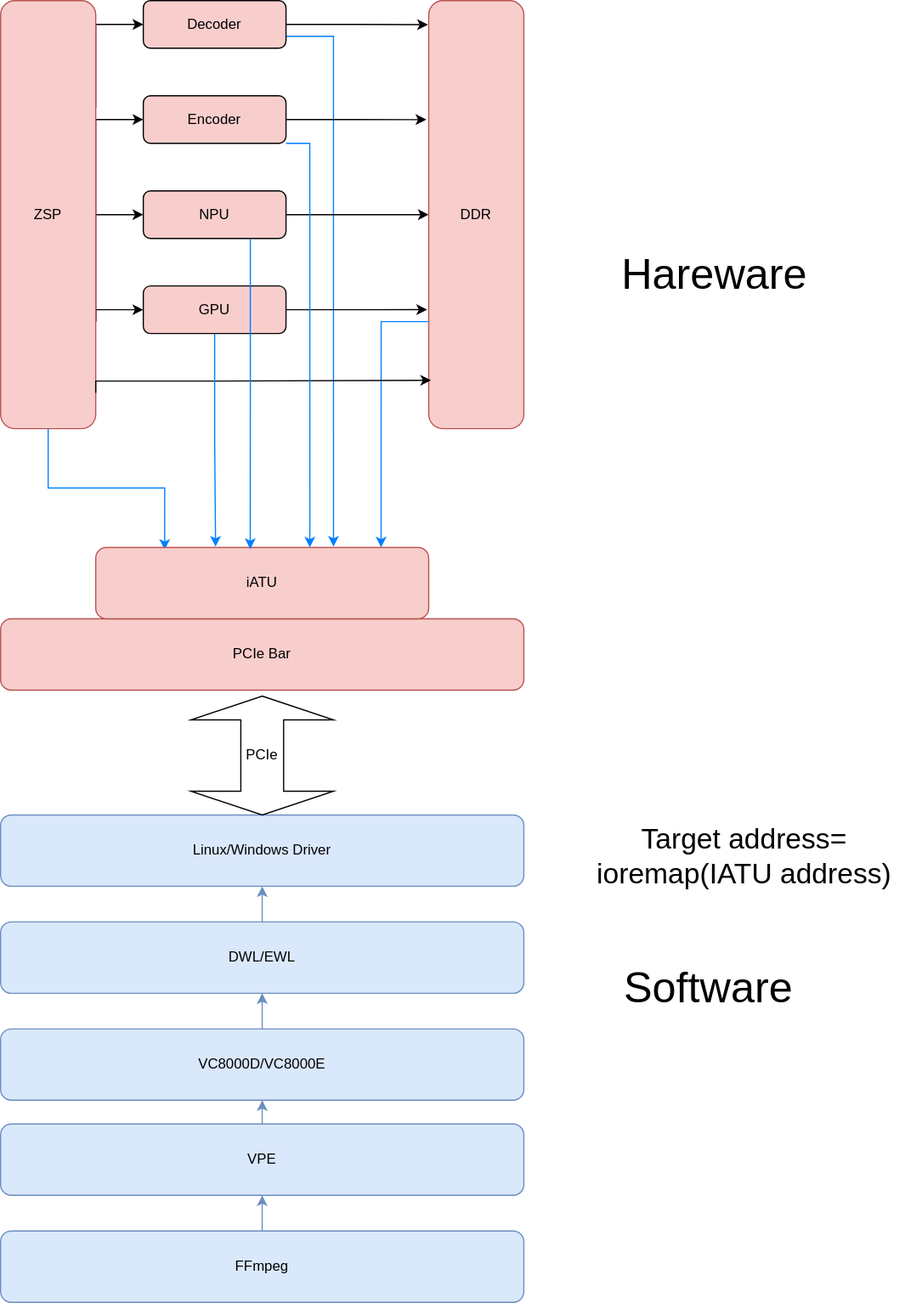
Earlier version of the draw.io export supernova_hw.drawio.svg (GYZHANG2019/temp). Source tidied: cells renumbered, new cells last; positions are measured from the earlier drawing's top-left corner, leaving out a move shared by most shapes.
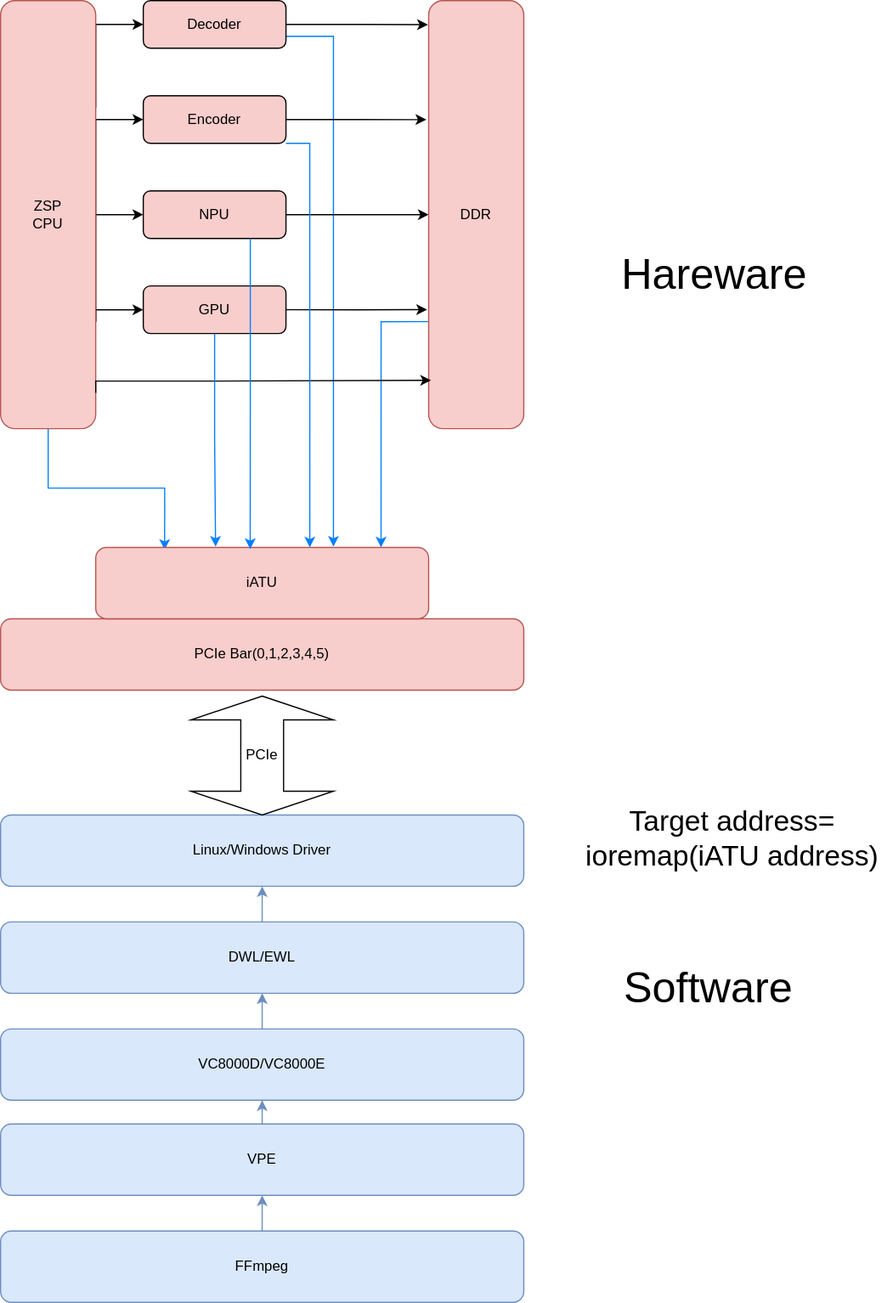
The same diagram one commit later.

The edit, as a diff of the source:
```diff
@@ -57,10 +57,10 @@
     <mxCell id="14" style="edgeStyle=orthogonalEdgeStyle;rounded=0;jettySize=auto;html=1;exitX=0.5;exitY=1;exitDx=0;exitDy=0;entryX=0.207;entryY=0.033;entryDx=0;entryDy=0;entryPerimeter=0;strokeColor=#007FFF;fillColor=#f8cecc;" parent="1" edge="1" source="15" target="21">
       <mxGeometry relative="1" as="geometry" />
     </mxCell>
-    <mxCell id="15" value="ZSP" style="rounded=1;whiteSpace=wrap;html=1;fillColor=#f8cecc;strokeColor=#b85450;" parent="1" vertex="1">
+    <mxCell id="15" value="ZSP&lt;br&gt;CPU" style="rounded=1;whiteSpace=wrap;html=1;fillColor=#f8cecc;strokeColor=#b85450;" parent="1" vertex="1">
       <mxGeometry width="80" height="360" as="geometry" />
     </mxCell>
-    <mxCell id="16" value="PCIe Bar" style="rounded=1;whiteSpace=wrap;html=1;fillColor=#f8cecc;strokeColor=#b85450;" parent="1" vertex="1">
+    <mxCell id="16" value="PCIe Bar(0,1,2,3,4,5)" style="rounded=1;whiteSpace=wrap;html=1;fillColor=#f8cecc;strokeColor=#b85450;" parent="1" vertex="1">
       <mxGeometry y="520" width="440" height="60" as="geometry" />
     </mxCell>
     <mxCell id="17" style="edgeStyle=orthogonalEdgeStyle;rounded=0;jettySize=auto;html=1;entryX=0.025;entryY=0.887;entryDx=0;entryDy=0;entryPerimeter=0;strokeColor=#000000;fillColor=#f8cecc;" parent="1" edge="1" target="9">
@@ -133,8 +133,8 @@
     <mxCell id="36" value="&lt;div style=&quot;background-color: rgb(31, 31, 31); font-family: Consolas, &amp;quot;Courier New&amp;quot;, monospace; font-size: 14px; line-height: 19px; white-space-collapse: preserve;&quot;&gt;&lt;br&gt;&lt;/div&gt;" style="text;html=1;align=center;verticalAlign=middle;strokeColor=none;fillColor=none;" parent="1" vertex="1">
       <mxGeometry x="510" y="498" width="20" height="30" as="geometry" />
     </mxCell>
-    <mxCell id="37" value="&lt;font style=&quot;font-size: 24px;&quot;&gt;Target address=&lt;/font&gt;&lt;div style=&quot;font-size: 24px;&quot;&gt;&lt;font style=&quot;font-size: 24px;&quot;&gt;ioremap(IATU address)&lt;/font&gt;&lt;/div&gt;" style="text;html=1;align=center;verticalAlign=middle;strokeColor=none;fillColor=none;" parent="1" vertex="1">
-      <mxGeometry x="490" y="685" width="270" height="70" as="geometry" />
+    <mxCell id="37" value="&lt;font style=&quot;font-size: 24px;&quot;&gt;Target address=&lt;/font&gt;&lt;div style=&quot;font-size: 24px;&quot;&gt;&lt;font style=&quot;font-size: 24px;&quot;&gt;ioremap(iATU address)&lt;/font&gt;&lt;/div&gt;" style="text;html=1;align=center;verticalAlign=middle;strokeColor=none;fillColor=none;" parent="1" vertex="1">
+      <mxGeometry x="480" y="670" width="270" height="70" as="geometry" />
     </mxCell>
     <mxCell id="38" value="PCIe" style="shape=doubleArrow;direction=south;whiteSpace=wrap;html=1;" parent="1" vertex="1">
       <mxGeometry x="160" y="585" width="120" height="100" as="geometry" />
```
